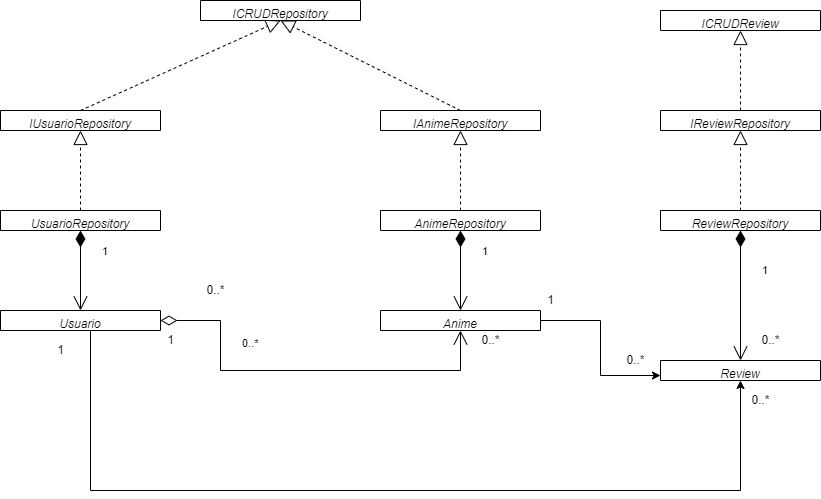
Rochiio/ProyectoFinal1DAM keeps this draw.io diagram as DiagramaClasesProyecto.png. Above is the earlier version. Source tidied: cells renumbered, new cells last; positions are measured from the earlier drawing's top-left corner, leaving out a move shared by most shapes.
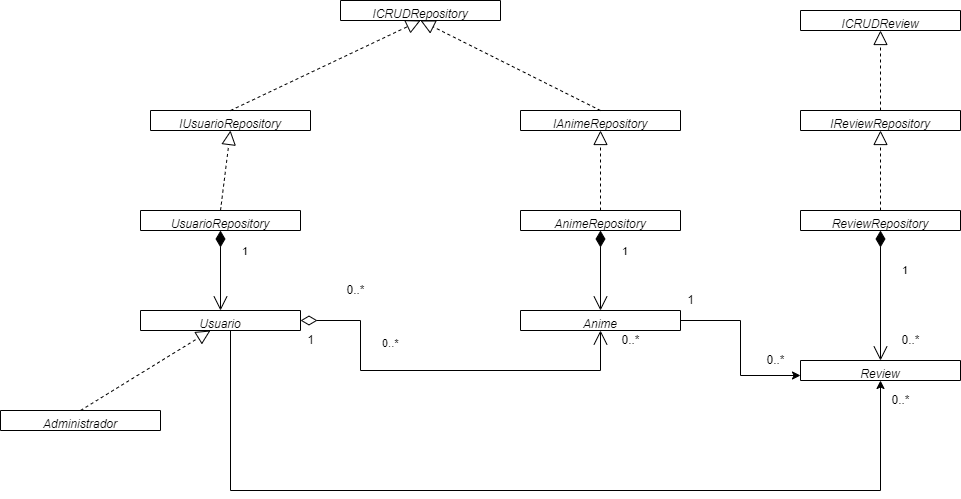
Later version of the same file.

Change to the diagram source:
```diff
@@ -39,7 +39,7 @@
       <mxGeometry x="660" y="110" width="160" height="20" as="geometry" />
     </mxCell>
     <mxCell id="12" value="IUsuarioRepository" style="swimlane;fontStyle=2;align=center;verticalAlign=top;horizontal=1;startSize=26;rounded=0;shadow=0;strokeWidth=1;" parent="1" vertex="1">
-      <mxGeometry y="110" width="160" height="20" as="geometry" />
+      <mxGeometry x="10" y="110" width="160" height="20" as="geometry" />
     </mxCell>
     <mxCell id="13" value="ICRUDReview" style="swimlane;fontStyle=2;align=center;verticalAlign=top;horizontal=1;startSize=26;rounded=0;shadow=0;strokeWidth=1;" parent="1" vertex="1">
       <mxGeometry x="660" y="10" width="160" height="20" as="geometry" />
@@ -104,8 +104,13 @@
     <mxCell id="31" value="0..*" style="text;html=1;align=center;verticalAlign=middle;strokeColor=none;fillColor=none;" parent="1" vertex="1">
       <mxGeometry x="200" y="280" width="30" height="20" as="geometry" />
     </mxCell>
-    <mxCell id="32" value="1" style="text;html=1;align=center;verticalAlign=middle;strokeColor=none;fillColor=none;" parent="1" vertex="1">
-      <mxGeometry x="50" y="340" width="20" height="20" as="geometry" />
-    </mxCell>
+    <mxCell id="33" value="Administrador&#10;" style="swimlane;fontStyle=2;align=center;verticalAlign=top;horizontal=1;startSize=26;rounded=0;shadow=0;strokeWidth=1;" parent="1" vertex="1">
+      <mxGeometry x="-140" y="410" width="160" height="20" as="geometry" />
+    </mxCell>
+    <mxCell id="34" style="endArrow=block;dashed=1;endFill=0;endSize=12;html=1;rounded=0;exitX=0.5;exitY=0;exitDx=0;exitDy=0;" parent="1" edge="1" source="33">
+      <mxGeometry relative="1" as="geometry">
+        <mxPoint x="70" y="330" as="targetPoint" />
+      </mxGeometry>
+    </mxCell>
   </root>
 </mxGraphModel>
```
